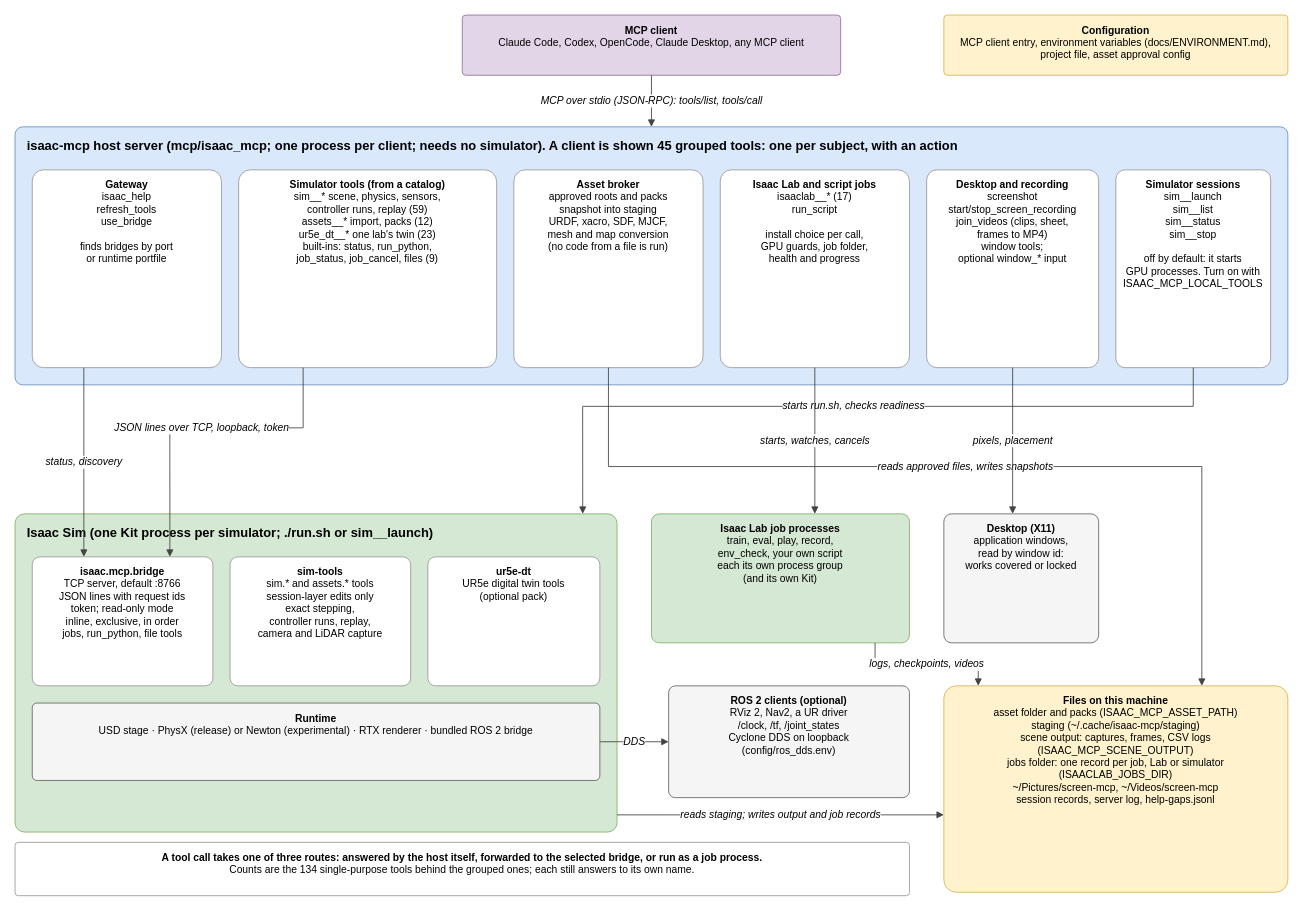
Above: docs/architecture.drawio in kalebcoleman/isaac-mcp (draw.io), before the change. Source tidied: cells renumbered, new cells numbered last; positions are measured from the earlier drawing's top-left corner, leaving out a move shared by most shapes. Both pictures are drawn from the tidied source at 86%, with x=0, y=0 at pixel (15, 15).
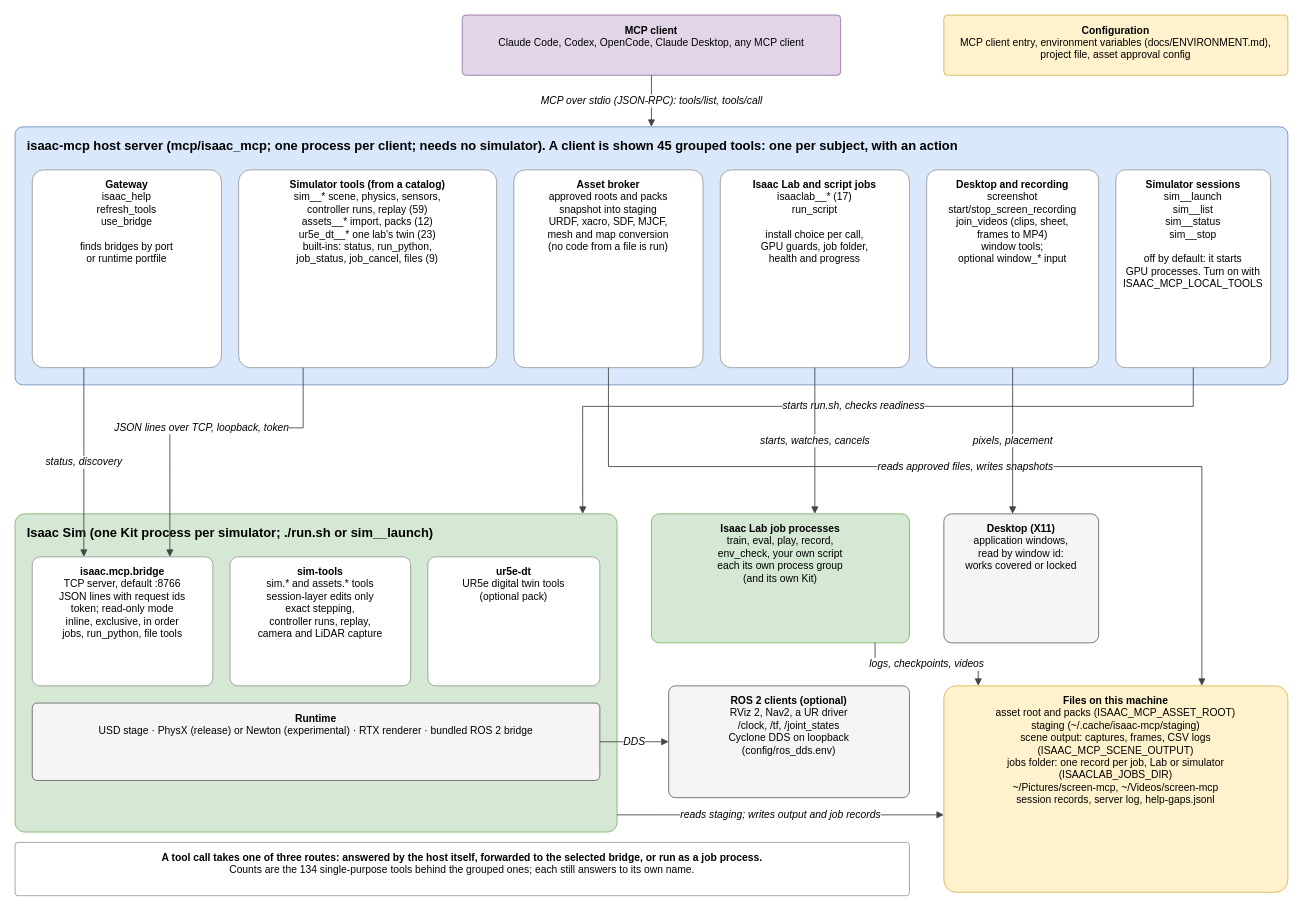
The same page after the edit.

The edit, as a diff of the source:
```diff
@@
-    <mxCell id="19" value="&lt;b&gt;Files on this machine&lt;/b&gt;&lt;br&gt;asset folder and packs  (ISAAC_MCP_ASSET_PATH)&lt;br&gt;staging  (~/.cache/isaac-mcp/staging)&lt;br&gt;scene output: captures, frames, CSV logs&lt;br&gt;  (ISAAC_MCP_SCENE_OUTPUT)&lt;br&gt;jobs folder: one record per job, Lab or simulator&lt;br&gt;  (ISAACLAB_JOBS_DIR)&lt;br&gt;~/Pictures/screen-mcp, ~/Videos/screen-mcp&lt;br&gt;session records, server log, help-gaps.jsonl" style="rounded=1;arcSize=6;whiteSpace=wrap;html=1;fillColor=#fff2cc;strokeColor=#d6b656;verticalAlign=top;spacingTop=4;fontSize=12;" parent="1" vertex="1">
+    <mxCell id="19" value="&lt;b&gt;Files on this machine&lt;/b&gt;&lt;br&gt;asset root and packs  (ISAAC_MCP_ASSET_ROOT)&lt;br&gt;staging  (~/.cache/isaac-mcp/staging)&lt;br&gt;scene output: captures, frames, CSV logs&lt;br&gt;  (ISAAC_MCP_SCENE_OUTPUT)&lt;br&gt;jobs folder: one record per job, Lab or simulator&lt;br&gt;  (ISAACLAB_JOBS_DIR)&lt;br&gt;~/Pictures/screen-mcp, ~/Videos/screen-mcp&lt;br&gt;session records, server log, help-gaps.jsonl" style="rounded=1;arcSize=6;whiteSpace=wrap;html=1;fillColor=#fff2cc;strokeColor=#d6b656;verticalAlign=top;spacingTop=4;fontSize=12;" parent="1" vertex="1">
       <mxGeometry x="1080" y="780" width="400" height="240" as="geometry" />
     </mxCell>
```
